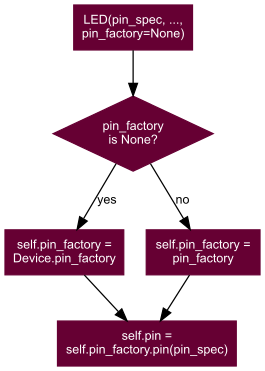
gpiozero/gpiozero keeps this Graphviz diagram as docs/images/device_pin_flowchart.png. Above is the earlier version. Its source is kept beside it as docs/images/device_pin_flowchart.dot. Its diagram source:
```dot
/* vim: set et sw=4 sts=4: */

digraph device_pins {
    graph [rankdir=TB];
    node [shape=rect, style=filled, color="#660033", fontname=Arial, fontcolor="#ffffff", fontsize=10];
    edge [fontname=Arial, fontsize=10];

    constructor [label="LED(pin_spec, ...,\npin_factory=None)"];
    pin_factory_kwarg [shape=diamond,label="pin_factory\nis None?"];
    default_factory [label="self.pin_factory =\nDevice.pin_factory"];
    override_factory [label="self.pin_factory =\npin_factory"];
    factory_pin [label="self.pin =\nself.pin_factory.pin(pin_spec)"];

    constructor->pin_factory_kwarg;
    pin_factory_kwarg->default_factory [label="yes"];
    pin_factory_kwarg->override_factory [label="no"];
    default_factory->factory_pin;
    override_factory->factory_pin;
}
```
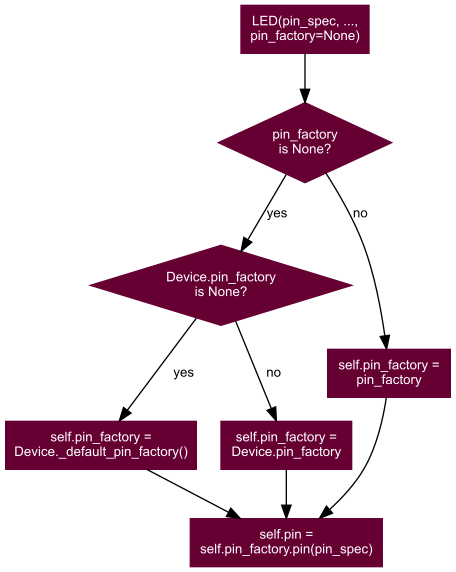
The same file after the commit.

Commit message:
Correct default pin factory docs

Diff of the diagram source:
```diff
@@ -7,13 +7,18 @@
 
     constructor [label="LED(pin_spec, ...,\npin_factory=None)"];
     pin_factory_kwarg [shape=diamond,label="pin_factory\nis None?"];
-    default_factory [label="self.pin_factory =\nDevice.pin_factory"];
+    device_pin_factory [shape=diamond,label="Device.pin_factory\nis None?"];
+    set_default_factory [label="self.pin_factory =\nDevice._default_pin_factory()"];
+    get_default_factory [label="self.pin_factory =\nDevice.pin_factory"];
     override_factory [label="self.pin_factory =\npin_factory"];
     factory_pin [label="self.pin =\nself.pin_factory.pin(pin_spec)"];
 
     constructor->pin_factory_kwarg;
-    pin_factory_kwarg->default_factory [label="yes"];
+    pin_factory_kwarg->device_pin_factory [label="yes"];
     pin_factory_kwarg->override_factory [label="no"];
-    default_factory->factory_pin;
+    device_pin_factory->set_default_factory [label="yes"];
+    device_pin_factory->get_default_factory [label="no"];
+    set_default_factory->factory_pin;
+    get_default_factory->factory_pin;
     override_factory->factory_pin;
 }
```
